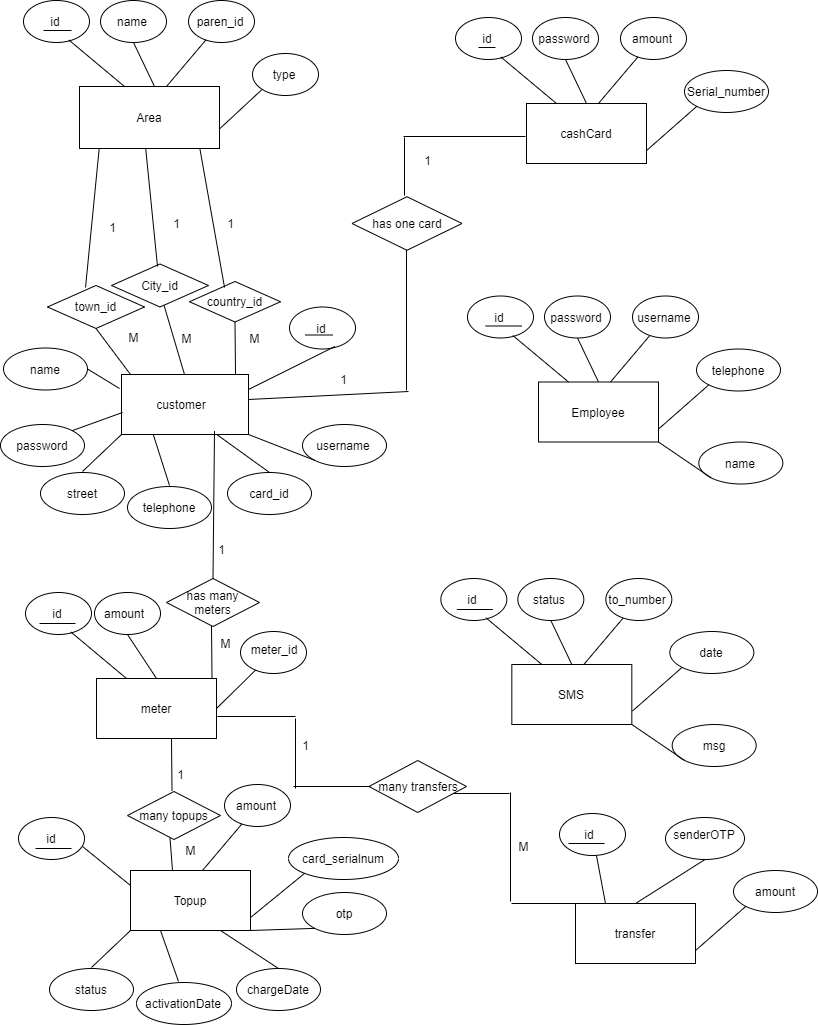
Before: Untitled Diagram (2).png, a diagram exported from draw.io (shamaabuhassan/Charts). Source tidied: cells renumbered, new cells last; positions are measured from the earlier drawing's top-left corner, leaving out a move shared by most shapes.
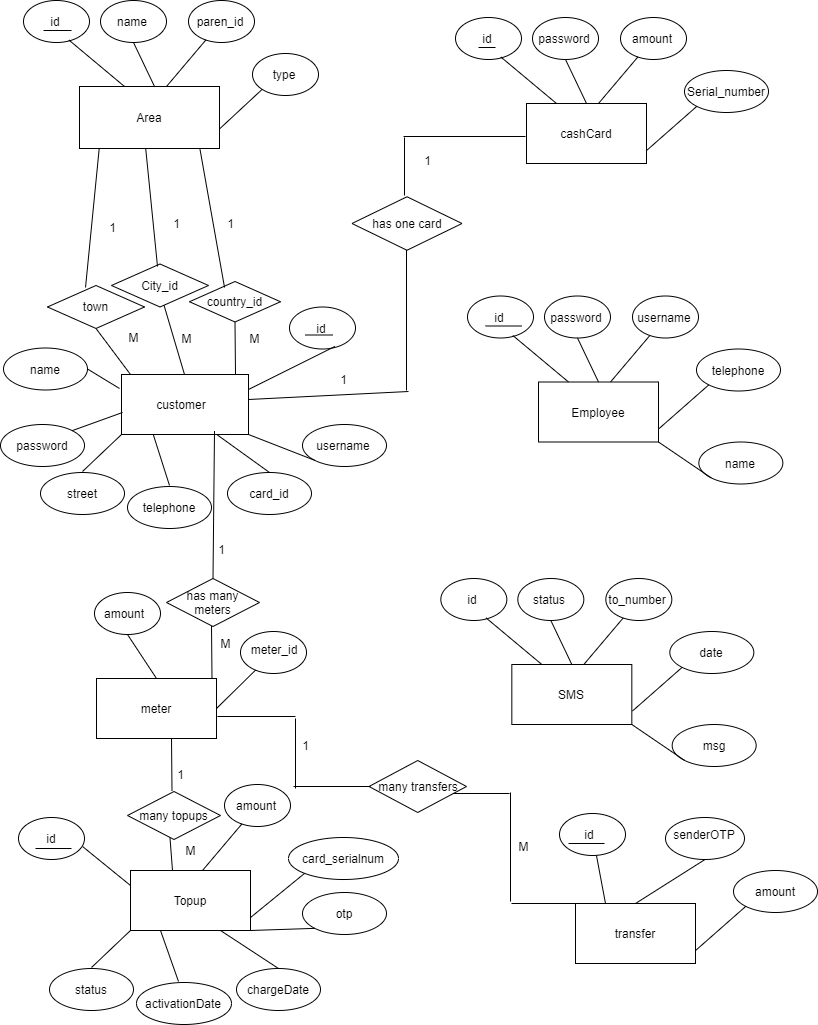
After the change.

Change to the diagram source:
```diff
@@ -224,12 +224,6 @@
     <mxCell id="66" value="meter" style="text;html=1;strokeColor=none;fillColor=none;align=center;verticalAlign=middle;whiteSpace=wrap;rounded=0;" parent="1" vertex="1">
       <mxGeometry x="129" y="693.5" width="54" height="29" as="geometry" />
     </mxCell>
-    <mxCell id="67" style="ellipse;whiteSpace=wrap;html=1;" parent="1" vertex="1">
-      <mxGeometry x="25" y="592" width="66" height="42" as="geometry" />
-    </mxCell>
-    <mxCell id="68" value="id" style="text;html=1;strokeColor=none;fillColor=none;align=center;verticalAlign=middle;whiteSpace=wrap;rounded=0;" parent="1" vertex="1">
-      <mxGeometry x="37" y="603" width="40" height="20" as="geometry" />
-    </mxCell>
     <mxCell id="69" style="ellipse;whiteSpace=wrap;html=1;" parent="1" vertex="1">
       <mxGeometry x="94" y="592" width="66" height="42" as="geometry" />
     </mxCell>
@@ -248,11 +242,6 @@
     <mxCell id="74" style="endArrow=none;html=1;exitX=0.5;exitY=0;exitDx=0;exitDy=0;entryX=0.5;entryY=1;entryDx=0;entryDy=0;" parent="1" edge="1" source="65" target="69">
       <mxGeometry relative="1" as="geometry" />
     </mxCell>
-    <mxCell id="75" style="endArrow=none;html=1;exitX=0.25;exitY=0;exitDx=0;exitDy=0;" parent="1" edge="1" source="65">
-      <mxGeometry relative="1" as="geometry">
-        <mxPoint x="70.4" y="631.5" as="targetPoint" />
-      </mxGeometry>
-    </mxCell>
     <mxCell id="76" style="rounded=0;whiteSpace=wrap;html=1;" parent="1" vertex="1">
       <mxGeometry x="511.3" y="664" width="120" height="60" as="geometry" />
     </mxCell>
@@ -523,7 +512,7 @@
         <mxPoint x="130" y="374" as="targetPoint" />
       </mxGeometry>
     </mxCell>
-    <mxCell id="149" value="town_id" style="shape=rhombus;perimeter=rhombusPerimeter;whiteSpace=wrap;html=1;align=center;" parent="1" vertex="1">
+    <mxCell id="149" value="town" style="shape=rhombus;perimeter=rhombusPerimeter;whiteSpace=wrap;html=1;align=center;" parent="1" vertex="1">
       <mxGeometry x="47" y="285" width="97" height="43" as="geometry" />
     </mxCell>
     <mxCell id="150" style="endArrow=none;html=1;rounded=0;entryX=0.392;entryY=0.047;entryDx=0;entryDy=0;exitX=0.5;exitY=1;exitDx=0;exitDy=0;entryPerimeter=0;" parent="1" edge="1" target="149">
@@ -573,18 +562,6 @@
     <mxCell id="160" value="1" style="text;html=1;align=center;verticalAlign=middle;" parent="1" vertex="1">
       <mxGeometry x="418" y="151" width="17" height="18" as="geometry" />
     </mxCell>
-    <mxCell id="161" style="endArrow=none;html=1;" parent="1" edge="1">
-      <mxGeometry relative="1" as="geometry">
-        <mxPoint x="39" y="623" as="sourcePoint" />
-        <mxPoint x="75" y="623" as="targetPoint" />
-      </mxGeometry>
-    </mxCell>
-    <mxCell id="162" style="endArrow=none;html=1;" parent="1" edge="1">
-      <mxGeometry relative="1" as="geometry">
-        <mxPoint x="456.3" y="609" as="sourcePoint" />
-        <mxPoint x="492.3" y="609" as="targetPoint" />
-      </mxGeometry>
-    </mxCell>
     <mxCell id="163" style="endArrow=none;html=1;rounded=0;entryX=0.5;entryY=0;entryDx=0;entryDy=0;exitX=0.5;exitY=1;exitDx=0;exitDy=0;" parent="1" edge="1">
       <mxGeometry relative="1" as="geometry">
         <mxPoint x="211" y="625.5" as="sourcePoint" />
```
